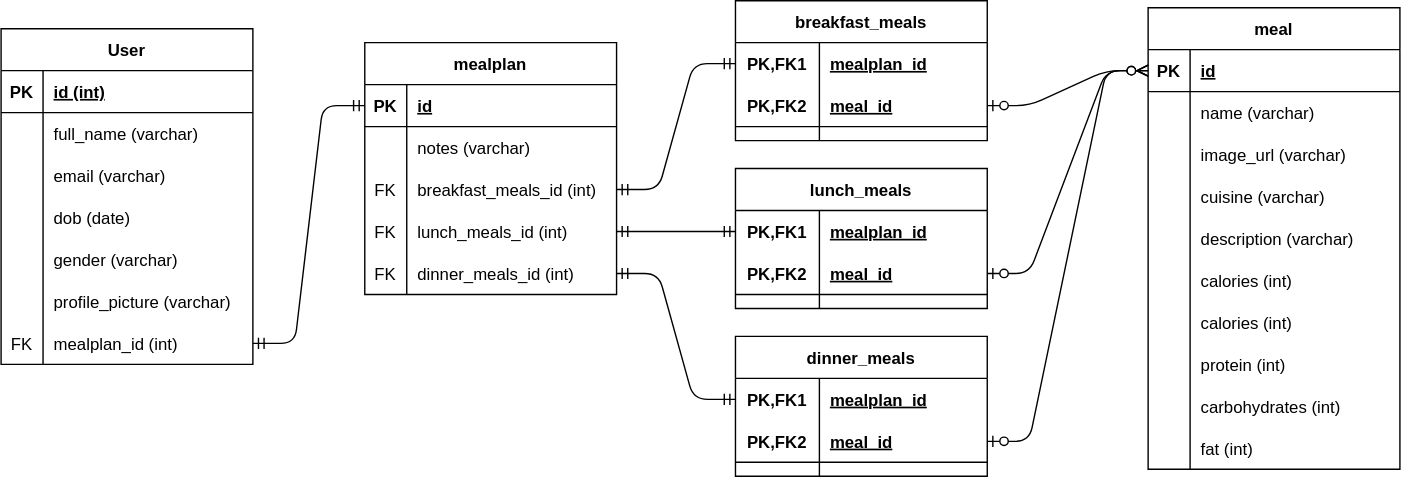
The draw.io diagram docs/database/schema.drawio.svg in sam-don/mealplanner, before a commit. Source tidied: cells renumbered, new cells last; positions are measured from the earlier drawing's top-left corner, leaving out a move shared by most shapes.
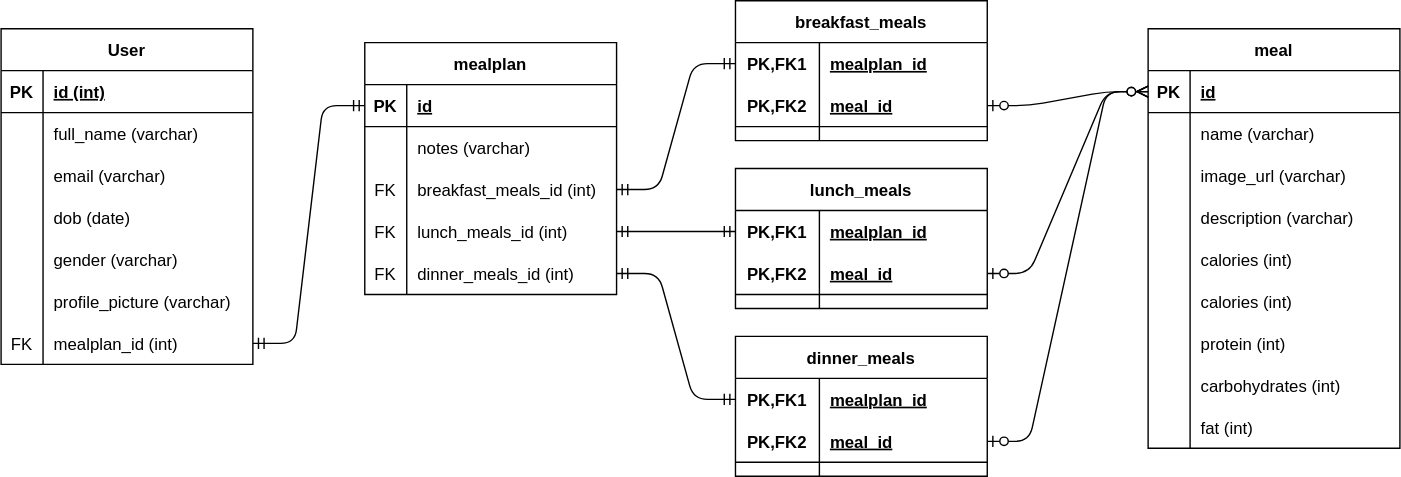
Above is the later version.

Commit message:
Updated database schema

Diff of the diagram source:
```diff
@@ -201,7 +201,7 @@
       <mxGeometry x="60" width="120" height="30" as="geometry" />
     </mxCell>
     <mxCell id="68" value="meal" style="shape=table;startSize=30;rowLines=0;fontStyle=1;align=center;" parent="1" vertex="1">
-      <mxGeometry x="820" y="5" width="180" height="330" as="geometry" />
+      <mxGeometry x="820" y="20" width="180" height="300" as="geometry" />
     </mxCell>
     <mxCell id="69" style="shape=partialRectangle;fillColor=none;top=0;left=0;bottom=1;right=0;points=[[0,0.5],[1,0.5]];portConstraint=eastwest;" parent="68" vertex="1">
       <mxGeometry y="30" width="180" height="30" as="geometry" />
@@ -230,17 +230,8 @@
     <mxCell id="77" value="image_url (varchar)" style="shape=partialRectangle;fillColor=none;top=0;left=0;bottom=0;right=0;align=left;spacingLeft=6;overflow=hidden;" parent="75" vertex="1">
       <mxGeometry x="30" width="150" height="30" as="geometry" />
     </mxCell>
-    <mxCell id="78" style="shape=partialRectangle;fillColor=none;top=0;left=0;bottom=0;right=0;" parent="68" vertex="1">
-      <mxGeometry y="120" width="180" height="30" as="geometry" />
-    </mxCell>
-    <mxCell id="79" style="shape=partialRectangle;fillColor=none;top=0;left=0;bottom=0;right=0;overflow=hidden;" parent="78" vertex="1">
-      <mxGeometry width="30" height="30" as="geometry" />
-    </mxCell>
-    <mxCell id="80" value="cuisine (varchar)" style="shape=partialRectangle;fillColor=none;top=0;left=0;bottom=0;right=0;align=left;spacingLeft=6;overflow=hidden;" parent="78" vertex="1">
-      <mxGeometry x="30" width="150" height="30" as="geometry" />
-    </mxCell>
     <mxCell id="81" style="shape=partialRectangle;fillColor=none;top=0;left=0;bottom=0;right=0;" parent="68" vertex="1">
-      <mxGeometry y="150" width="180" height="30" as="geometry" />
+      <mxGeometry y="120" width="180" height="30" as="geometry" />
     </mxCell>
     <mxCell id="82" style="shape=partialRectangle;fillColor=none;top=0;left=0;bottom=0;right=0;overflow=hidden;" parent="81" vertex="1">
       <mxGeometry width="30" height="30" as="geometry" />
@@ -249,7 +240,7 @@
       <mxGeometry x="30" width="150" height="30" as="geometry" />
     </mxCell>
     <mxCell id="84" style="shape=partialRectangle;fillColor=none;top=0;left=0;bottom=0;right=0;" parent="68" vertex="1">
-      <mxGeometry y="180" width="180" height="30" as="geometry" />
+      <mxGeometry y="150" width="180" height="30" as="geometry" />
     </mxCell>
     <mxCell id="85" style="shape=partialRectangle;fillColor=none;top=0;left=0;bottom=0;right=0;overflow=hidden;" parent="84" vertex="1">
       <mxGeometry width="30" height="30" as="geometry" />
@@ -258,7 +249,7 @@
       <mxGeometry x="30" width="150" height="30" as="geometry" />
     </mxCell>
     <mxCell id="87" style="shape=partialRectangle;fillColor=none;top=0;left=0;bottom=0;right=0;" parent="68" vertex="1">
-      <mxGeometry y="210" width="180" height="30" as="geometry" />
+      <mxGeometry y="180" width="180" height="30" as="geometry" />
     </mxCell>
     <mxCell id="88" style="shape=partialRectangle;fillColor=none;top=0;left=0;bottom=0;right=0;overflow=hidden;" parent="87" vertex="1">
       <mxGeometry width="30" height="30" as="geometry" />
@@ -267,7 +258,7 @@
       <mxGeometry x="30" width="150" height="30" as="geometry" />
     </mxCell>
     <mxCell id="90" style="shape=partialRectangle;fillColor=none;top=0;left=0;bottom=0;right=0;" parent="68" vertex="1">
-      <mxGeometry y="240" width="180" height="30" as="geometry" />
+      <mxGeometry y="210" width="180" height="30" as="geometry" />
     </mxCell>
     <mxCell id="91" style="shape=partialRectangle;fillColor=none;top=0;left=0;bottom=0;right=0;overflow=hidden;" parent="90" vertex="1">
       <mxGeometry width="30" height="30" as="geometry" />
@@ -276,7 +267,7 @@
       <mxGeometry x="30" width="150" height="30" as="geometry" />
     </mxCell>
     <mxCell id="93" style="shape=partialRectangle;fillColor=none;top=0;left=0;bottom=0;right=0;" parent="68" vertex="1">
-      <mxGeometry y="270" width="180" height="30" as="geometry" />
+      <mxGeometry y="240" width="180" height="30" as="geometry" />
     </mxCell>
     <mxCell id="94" style="shape=partialRectangle;fillColor=none;top=0;left=0;bottom=0;right=0;overflow=hidden;" parent="93" vertex="1">
       <mxGeometry width="30" height="30" as="geometry" />
@@ -285,7 +276,7 @@
       <mxGeometry x="30" width="150" height="30" as="geometry" />
     </mxCell>
     <mxCell id="96" style="shape=partialRectangle;fillColor=none;top=0;left=0;bottom=0;right=0;" parent="68" vertex="1">
-      <mxGeometry y="300" width="180" height="30" as="geometry" />
+      <mxGeometry y="270" width="180" height="30" as="geometry" />
     </mxCell>
     <mxCell id="97" style="shape=partialRectangle;fillColor=none;top=0;left=0;bottom=0;right=0;overflow=hidden;" parent="96" vertex="1">
       <mxGeometry width="30" height="30" as="geometry" />
```
